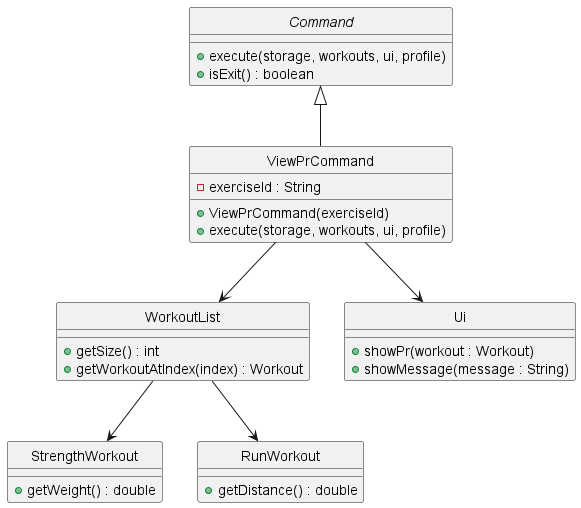
Before: docs/images/ViewPrClassDiagram.png, a diagram exported from PlantUML (Daniel-czj/tp). Source of this version:
```plantuml
@startuml
hide circle
abstract class Command {
    +execute(storage, workouts, ui, profile)
    +isExit() : boolean
}

class ViewPrCommand {
    -exerciseId : String
    +ViewPrCommand(exerciseId)
    +execute(storage, workouts, ui, profile)
}

class WorkoutList {
    +getSize() : int
    +getWorkoutAtIndex(index) : Workout
}

class StrengthWorkout {
    +getWeight() : double
}

class RunWorkout {
    +getDistance() : double
}

class Ui {
    +showPr(workout : Workout)
    +showMessage(message : String)
}

Command <|-- ViewPrCommand
ViewPrCommand --> WorkoutList
ViewPrCommand --> Ui
WorkoutList --> StrengthWorkout
WorkoutList --> RunWorkout
@enduml
```
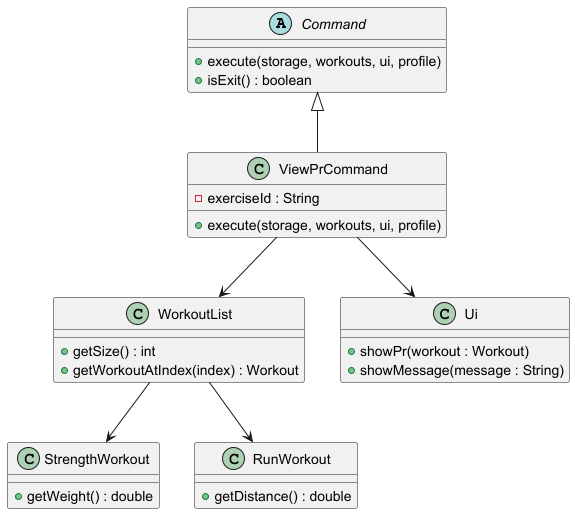
Above is the later version.

Commit message:
Fix sequence diagram feedback: simplify nesting and fix toFileFormat() caller

Diff of the diagram source:
```diff
@@ -1,5 +1,4 @@
 @startuml
-hide circle
 abstract class Command {
     +execute(storage, workouts, ui, profile)
     +isExit() : boolean
@@ -7,7 +6,6 @@
 
 class ViewPrCommand {
     -exerciseId : String
-    +ViewPrCommand(exerciseId)
     +execute(storage, workouts, ui, profile)
 }
 
```
